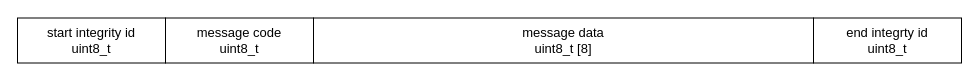
Earlier version of the draw.io diagram schematic/05-sw-IPC-messages.drawio (petrkucerak/diplom-thesis). Source tidied: cells renumbered, new cells numbered last; positions are measured from the earlier drawing's top-left corner, leaving out a move shared by most shapes. Both pictures are drawn from the tidied source at 100%, with x=0, y=0 at pixel (17, 18).
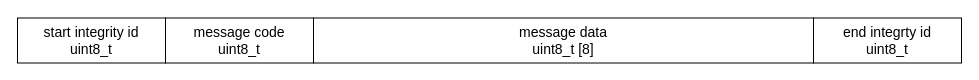
Above is the later version.

What changed in the source:
```diff
@@
 <mxGraphModel>
   <root>
     <mxCell id="0" />
     <mxCell id="1" parent="0" />
-    <mxCell id="2" value="start integrity id&lt;div&gt;uint8_t&lt;/div&gt;" style="text;html=1;align=center;verticalAlign=middle;whiteSpace=wrap;rounded=0;strokeColor=default;fontSize=13;" parent="1" vertex="1">
+    <mxCell id="2" value="start integrity id&lt;div&gt;uint8_t&lt;/div&gt;" style="text;html=1;align=center;verticalAlign=middle;whiteSpace=wrap;rounded=0;strokeColor=default;fontSize=14;" parent="1" vertex="1">
       <mxGeometry y="-0.5" width="148" height="45" as="geometry" />
     </mxCell>
-    <mxCell id="3" value="&lt;span style=&quot;color: rgb(0, 0, 0);&quot;&gt;end integrty id&lt;/span&gt;&lt;div&gt;uint8_t&lt;/div&gt;" style="text;html=1;align=center;verticalAlign=middle;whiteSpace=wrap;rounded=0;strokeColor=default;fontSize=13;" parent="1" vertex="1">
+    <mxCell id="3" value="&lt;span style=&quot;color: rgb(0, 0, 0);&quot;&gt;end integrty id&lt;/span&gt;&lt;div&gt;uint8_t&lt;/div&gt;" style="text;html=1;align=center;verticalAlign=middle;whiteSpace=wrap;rounded=0;strokeColor=default;fontSize=14;" parent="1" vertex="1">
       <mxGeometry x="796" y="-0.5" width="148" height="45" as="geometry" />
     </mxCell>
-    <mxCell id="4" value="&lt;span style=&quot;color: rgb(0, 0, 0);&quot;&gt;message code&lt;/span&gt;&lt;div&gt;uint8_t&lt;/div&gt;" style="text;html=1;align=center;verticalAlign=middle;whiteSpace=wrap;rounded=0;strokeColor=default;fontSize=13;" parent="1" vertex="1">
+    <mxCell id="4" value="&lt;span style=&quot;color: rgb(0, 0, 0);&quot;&gt;message code&lt;/span&gt;&lt;div&gt;uint8_t&lt;/div&gt;" style="text;html=1;align=center;verticalAlign=middle;whiteSpace=wrap;rounded=0;strokeColor=default;fontSize=14;" parent="1" vertex="1">
       <mxGeometry x="148" y="-0.5" width="148" height="45" as="geometry" />
     </mxCell>
-    <mxCell id="5" value="&lt;span style=&quot;color: rgb(0, 0, 0);&quot;&gt;message data&lt;/span&gt;&lt;div&gt;uint8_t [8]&lt;/div&gt;" style="text;html=1;align=center;verticalAlign=middle;whiteSpace=wrap;rounded=0;strokeColor=default;fontSize=13;" parent="1" vertex="1">
+    <mxCell id="5" value="&lt;span style=&quot;color: rgb(0, 0, 0);&quot;&gt;message data&lt;/span&gt;&lt;div&gt;uint8_t [8]&lt;/div&gt;" style="text;html=1;align=center;verticalAlign=middle;whiteSpace=wrap;rounded=0;strokeColor=default;fontSize=14;" parent="1" vertex="1">
       <mxGeometry x="296" y="-0.5" width="500" height="45" as="geometry" />
     </mxCell>
   </root>
 </mxGraphModel>
```
